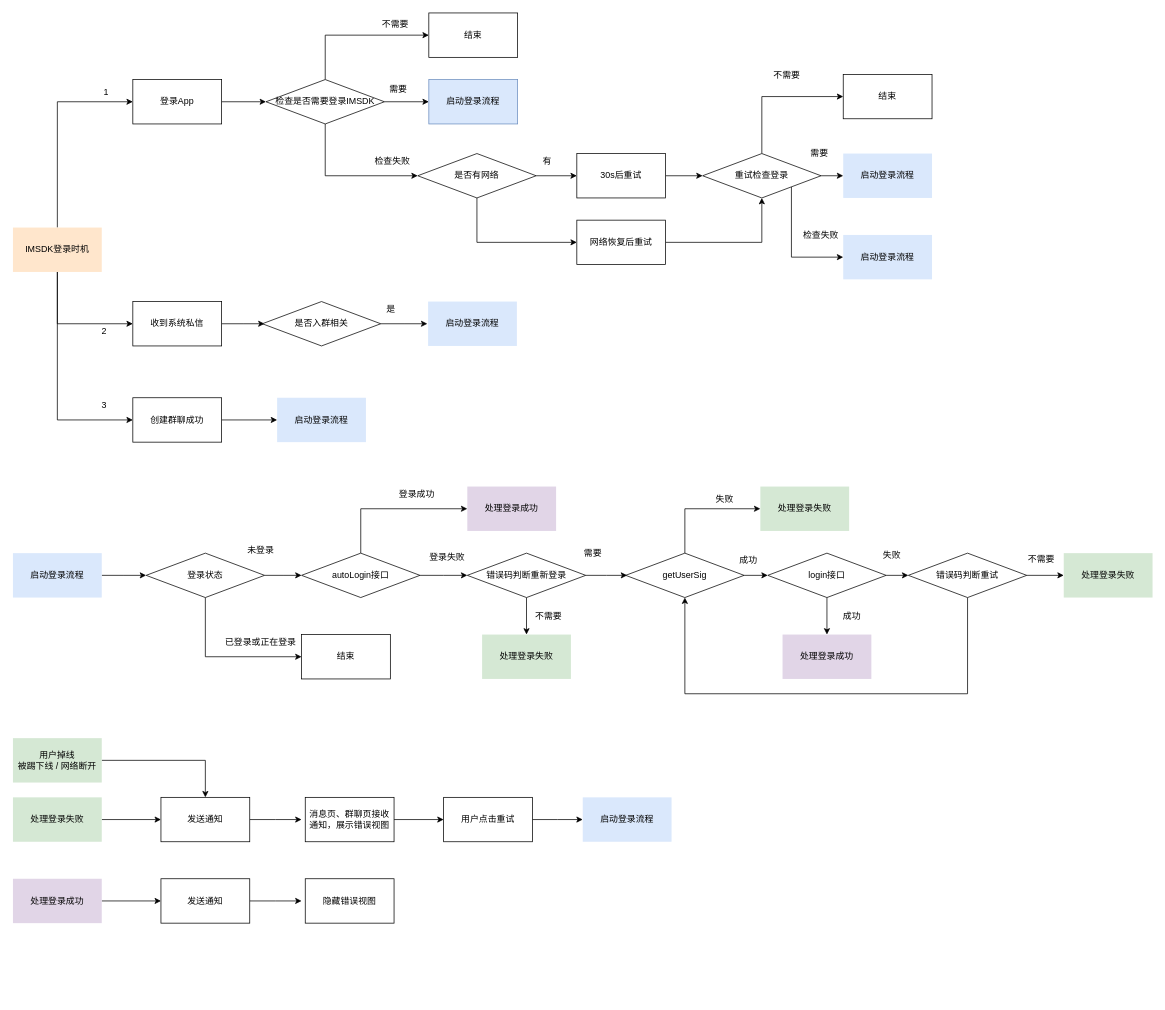
Before: imsdk.drawio in BigFaceXML/BigFaceXML.github.io, a draw.io diagram. Source tidied: cells renumbered, new cells numbered last; positions are measured from the earlier drawing's top-left corner, leaving out a move shared by most shapes. Both pictures are drawn from the tidied source at 74%, with x=0, y=0 at pixel (13, 13).
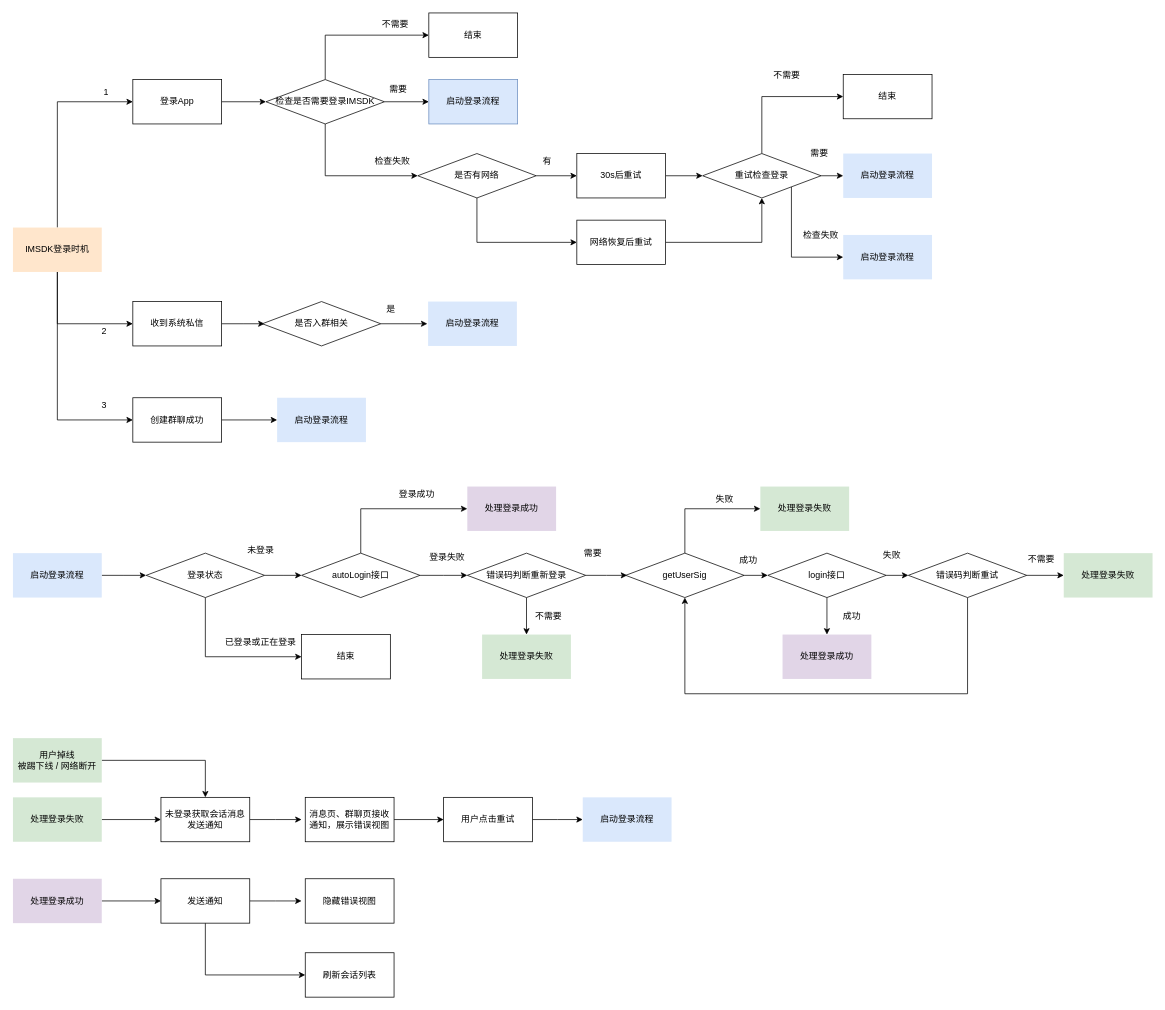
Above is the later version.

Unchanged cells that the change refers to:
```xml
<mxCell id="80" value="发送通知" style="rounded=0;whiteSpace=wrap;html=1;" parent="1" vertex="1">
  <mxGeometry x="200" y="1170" width="120" height="60" as="geometry" />
</mxCell>
```

Diff of the diagram source:
```diff
@@
-    <mxCell id="71" value="发送通知" style="rounded=0;whiteSpace=wrap;html=1;" parent="1" vertex="1">
+    <mxCell id="71" value="未登录获取会话消息&lt;br&gt;发送通知" style="rounded=0;whiteSpace=wrap;html=1;" parent="1" vertex="1">
       <mxGeometry x="200" y="1060" width="120" height="60" as="geometry" />
     </mxCell>
@@
+    <mxCell id="100" style="edgeStyle=orthogonalEdgeStyle;rounded=0;jettySize=auto;html=1;exitX=0.5;exitY=1;exitDx=0;exitDy=0;entryX=0;entryY=0.5;entryDx=0;entryDy=0;" parent="1" edge="1" source="80" target="101">
+      <mxGeometry relative="1" as="geometry" />
+    </mxCell>
@@
+    <mxCell id="101" value="刷新会话列表" style="rounded=0;whiteSpace=wrap;html=1;" parent="1" vertex="1">
+      <mxGeometry x="395" y="1270" width="120" height="60" as="geometry" />
+    </mxCell>
```
